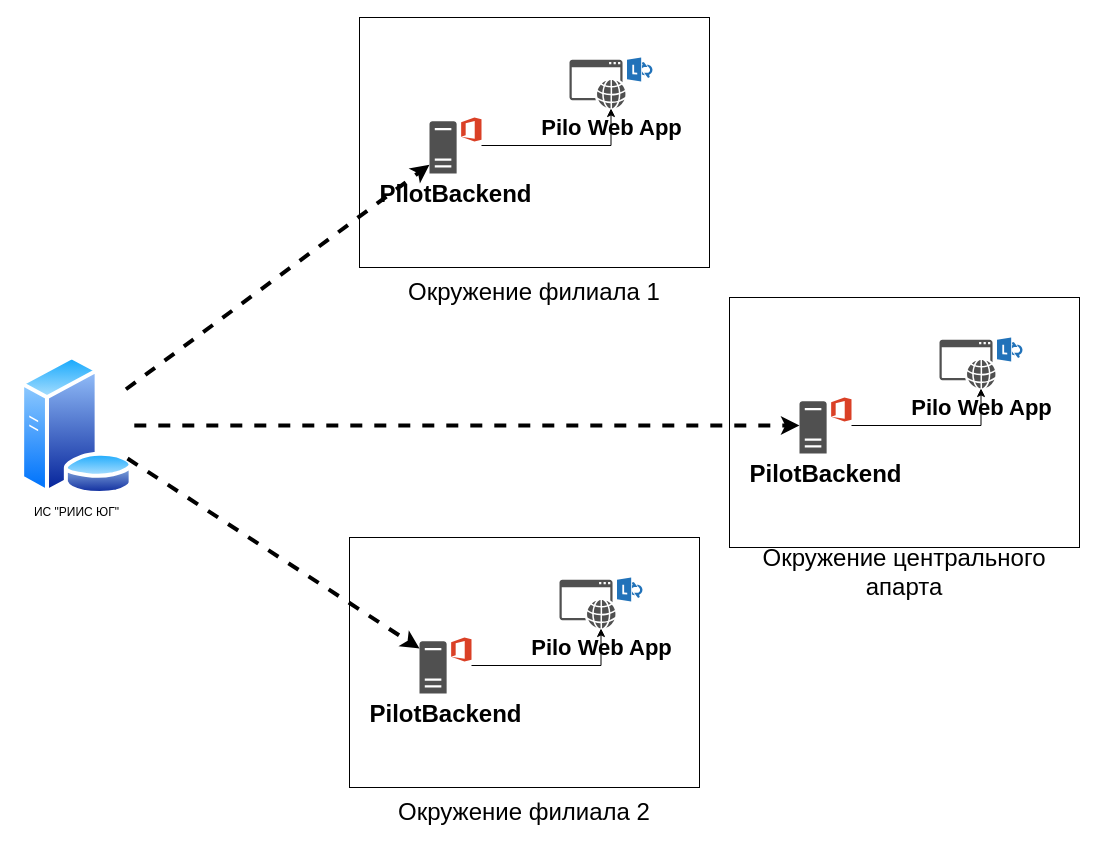
aaf1974/ProjectDiagram keeps this draw.io diagram as page "РИИС ЮГ" (16 of 16) of Pilot Схема потоков данных.drawio. Above is the earlier version. Source tidied: cells renumbered, new cells numbered last; positions are measured from the earlier drawing's top-left corner, leaving out a move shared by most shapes. Both pictures are drawn from the tidied source at 100%, with x=0, y=0 at pixel (19, 17).
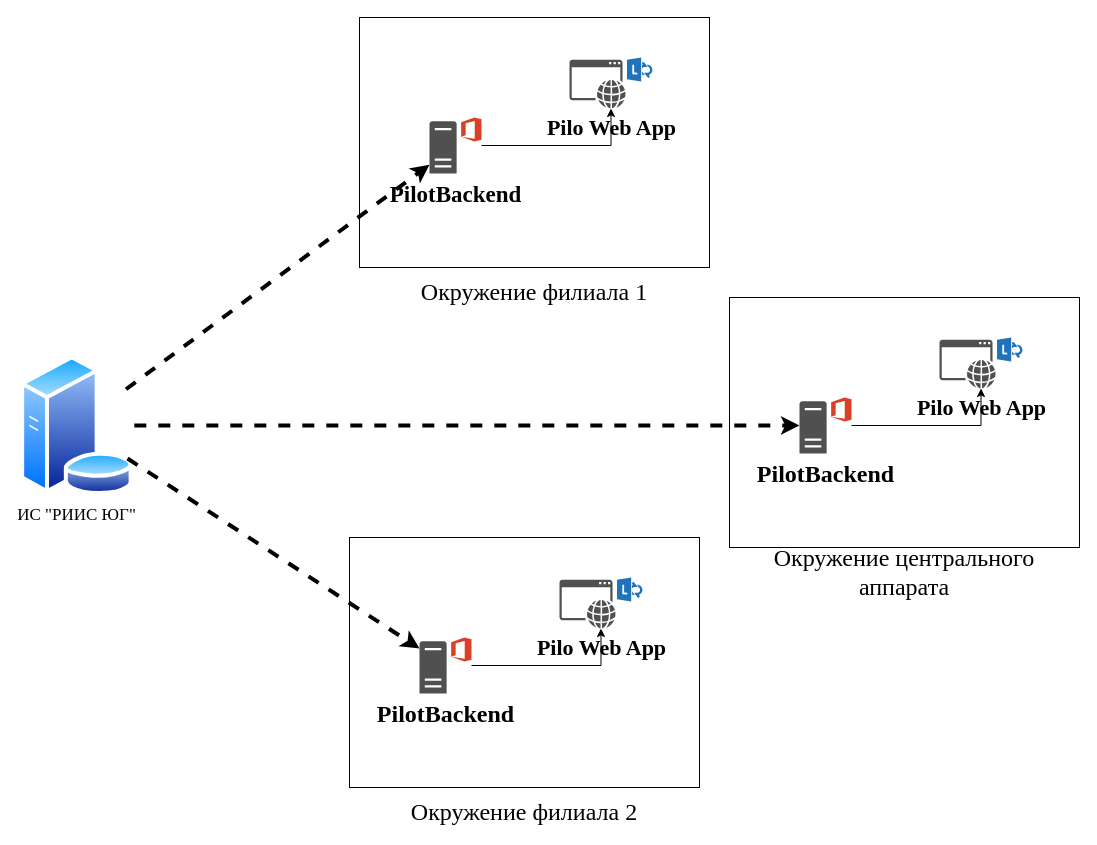
The same diagram, later.

Unchanged cells that the change refers to:
```xml
<mxCell id="3" style="group;" parent="1" vertex="1">
  <mxGeometry x="340" width="350" height="290" as="geometry" />
</mxCell>
<mxCell id="9" style="group;" parent="1" vertex="1">
  <mxGeometry x="330" y="520" width="350" height="290" as="geometry" />
</mxCell>
<mxCell id="15" style="group;" parent="1" vertex="1">
  <mxGeometry x="710" y="280" width="350" height="290" as="geometry" />
</mxCell>
```

What changed in the source:
```diff
@@
-    <mxCell id="2" value="ИС &quot;РИИС ЮГ&quot;" style="image;perimeter=ellipsePerimeter;html=1;align=center;shadow=0;dashed=0;spacingTop=3;image=img/lib/active_directory/database_server.svg;" parent="1" vertex="1">
+    <mxCell id="2" value="&lt;font style=&quot;font-size: 17px;&quot; face=&quot;Times New Roman&quot;&gt;ИС &quot;РИИС ЮГ&quot;&lt;/font&gt;" style="image;perimeter=ellipsePerimeter;html=1;align=center;shadow=0;dashed=0;spacingTop=3;image=img/lib/active_directory/database_server.svg;" parent="1" vertex="1">
       <mxGeometry y="338" width="114.8" height="140" as="geometry" />
     </mxCell>
@@
-    <mxCell id="6" value="&lt;font style=&quot;font-size: 24px;&quot;&gt;PilotBackend&lt;/font&gt;" style="sketch=0;shadow=0;dashed=0;html=1;strokeColor=none;fillColor=#505050;labelPosition=center;verticalLabelPosition=bottom;verticalAlign=top;outlineConnect=0;align=center;shape=mxgraph.office.servers.office_web_apps_server;fontSize=24;fontStyle=1;" parent="3" vertex="1">
+    <mxCell id="6" value="&lt;font face=&quot;Times New Roman&quot; style=&quot;font-size: 23px;&quot;&gt;PilotBackend&lt;/font&gt;" style="sketch=0;shadow=0;dashed=0;html=1;strokeColor=none;fillColor=#505050;labelPosition=center;verticalLabelPosition=bottom;verticalAlign=top;outlineConnect=0;align=center;shape=mxgraph.office.servers.office_web_apps_server;fontSize=24;fontStyle=1;" parent="3" vertex="1">
       <mxGeometry x="70" y="100" width="52" height="56" as="geometry" />
     </mxCell>
-    <mxCell id="7" value="&lt;font style=&quot;font-size: 22px;&quot;&gt;Pilo Web App&lt;/font&gt;" style="sketch=0;shadow=0;dashed=0;html=1;strokeColor=none;fillColor=#505050;labelPosition=center;verticalLabelPosition=bottom;verticalAlign=top;outlineConnect=0;align=center;shape=mxgraph.office.services.lync_web_app_client;fontSize=22;fontStyle=1;" parent="3" vertex="1">
+    <mxCell id="7" value="&lt;font face=&quot;Times New Roman&quot; style=&quot;font-size: 22px;&quot;&gt;Pilo Web App&lt;/font&gt;" style="sketch=0;shadow=0;dashed=0;html=1;strokeColor=none;fillColor=#505050;labelPosition=center;verticalLabelPosition=bottom;verticalAlign=top;outlineConnect=0;align=center;shape=mxgraph.office.services.lync_web_app_client;fontSize=22;fontStyle=1;" parent="3" vertex="1">
       <mxGeometry x="210" y="40" width="83" height="51" as="geometry" />
     </mxCell>
-    <mxCell id="8" value="Окружение филиала 1" style="text;html=1;align=center;verticalAlign=middle;whiteSpace=wrap;rounded=0;fontSize=24;" parent="3" vertex="1">
+    <mxCell id="8" value="&lt;font face=&quot;Times New Roman&quot;&gt;Окружение филиала 1&lt;/font&gt;" style="text;html=1;align=center;verticalAlign=middle;whiteSpace=wrap;rounded=0;fontSize=24;" parent="3" vertex="1">
       <mxGeometry x="31" y="260" width="288" height="30" as="geometry" />
     </mxCell>
@@
-    <mxCell id="12" value="&lt;font style=&quot;font-size: 24px;&quot;&gt;PilotBackend&lt;/font&gt;" style="sketch=0;shadow=0;dashed=0;html=1;strokeColor=none;fillColor=#505050;labelPosition=center;verticalLabelPosition=bottom;verticalAlign=top;outlineConnect=0;align=center;shape=mxgraph.office.servers.office_web_apps_server;fontSize=24;fontStyle=1;" parent="9" vertex="1">
+    <mxCell id="12" value="&lt;font face=&quot;Times New Roman&quot; style=&quot;font-size: 24px;&quot;&gt;PilotBackend&lt;/font&gt;" style="sketch=0;shadow=0;dashed=0;html=1;strokeColor=none;fillColor=#505050;labelPosition=center;verticalLabelPosition=bottom;verticalAlign=top;outlineConnect=0;align=center;shape=mxgraph.office.servers.office_web_apps_server;fontSize=24;fontStyle=1;" parent="9" vertex="1">
       <mxGeometry x="70" y="100" width="52" height="56" as="geometry" />
     </mxCell>
-    <mxCell id="13" value="&lt;font style=&quot;font-size: 22px;&quot;&gt;Pilo Web App&lt;/font&gt;" style="sketch=0;shadow=0;dashed=0;html=1;strokeColor=none;fillColor=#505050;labelPosition=center;verticalLabelPosition=bottom;verticalAlign=top;outlineConnect=0;align=center;shape=mxgraph.office.services.lync_web_app_client;fontSize=22;fontStyle=1;" parent="9" vertex="1">
+    <mxCell id="13" value="&lt;font face=&quot;Times New Roman&quot; style=&quot;font-size: 22px;&quot;&gt;Pilo Web App&lt;/font&gt;" style="sketch=0;shadow=0;dashed=0;html=1;strokeColor=none;fillColor=#505050;labelPosition=center;verticalLabelPosition=bottom;verticalAlign=top;outlineConnect=0;align=center;shape=mxgraph.office.services.lync_web_app_client;fontSize=22;fontStyle=1;" parent="9" vertex="1">
       <mxGeometry x="210" y="40" width="83" height="51" as="geometry" />
     </mxCell>
-    <mxCell id="14" value="Окружение филиала 2" style="text;html=1;align=center;verticalAlign=middle;whiteSpace=wrap;rounded=0;fontSize=24;" parent="9" vertex="1">
+    <mxCell id="14" value="&lt;font face=&quot;Times New Roman&quot;&gt;Окружение филиала 2&lt;/font&gt;" style="text;html=1;align=center;verticalAlign=middle;whiteSpace=wrap;rounded=0;fontSize=24;" parent="9" vertex="1">
       <mxGeometry x="31" y="260" width="288" height="30" as="geometry" />
     </mxCell>
@@
-    <mxCell id="18" value="&lt;font style=&quot;font-size: 24px;&quot;&gt;PilotBackend&lt;/font&gt;" style="sketch=0;shadow=0;dashed=0;html=1;strokeColor=none;fillColor=#505050;labelPosition=center;verticalLabelPosition=bottom;verticalAlign=top;outlineConnect=0;align=center;shape=mxgraph.office.servers.office_web_apps_server;fontSize=24;fontStyle=1;" parent="15" vertex="1">
+    <mxCell id="18" value="&lt;font face=&quot;Times New Roman&quot; style=&quot;font-size: 24px;&quot;&gt;PilotBackend&lt;/font&gt;" style="sketch=0;shadow=0;dashed=0;html=1;strokeColor=none;fillColor=#505050;labelPosition=center;verticalLabelPosition=bottom;verticalAlign=top;outlineConnect=0;align=center;shape=mxgraph.office.servers.office_web_apps_server;fontSize=24;fontStyle=1;" parent="15" vertex="1">
       <mxGeometry x="70" y="100" width="52" height="56" as="geometry" />
     </mxCell>
-    <mxCell id="19" value="&lt;font style=&quot;font-size: 22px;&quot;&gt;Pilo Web App&lt;/font&gt;" style="sketch=0;shadow=0;dashed=0;html=1;strokeColor=none;fillColor=#505050;labelPosition=center;verticalLabelPosition=bottom;verticalAlign=top;outlineConnect=0;align=center;shape=mxgraph.office.services.lync_web_app_client;fontSize=22;fontStyle=1;" parent="15" vertex="1">
+    <mxCell id="19" value="&lt;font face=&quot;Times New Roman&quot; style=&quot;font-size: 22px;&quot;&gt;Pilo Web App&lt;/font&gt;" style="sketch=0;shadow=0;dashed=0;html=1;strokeColor=none;fillColor=#505050;labelPosition=center;verticalLabelPosition=bottom;verticalAlign=top;outlineConnect=0;align=center;shape=mxgraph.office.services.lync_web_app_client;fontSize=22;fontStyle=1;" parent="15" vertex="1">
       <mxGeometry x="210" y="40" width="83" height="51" as="geometry" />
     </mxCell>
-    <mxCell id="20" value="Окружение центрального апарта" style="text;html=1;align=center;verticalAlign=middle;whiteSpace=wrap;rounded=0;fontSize=24;" parent="15" vertex="1">
+    <mxCell id="20" value="&lt;font face=&quot;Times New Roman&quot;&gt;Окружение центрального аппарата&lt;/font&gt;" style="text;html=1;align=center;verticalAlign=middle;whiteSpace=wrap;rounded=0;fontSize=24;" parent="15" vertex="1">
       <mxGeometry x="31" y="260" width="288" height="30" as="geometry" />
     </mxCell>
```
